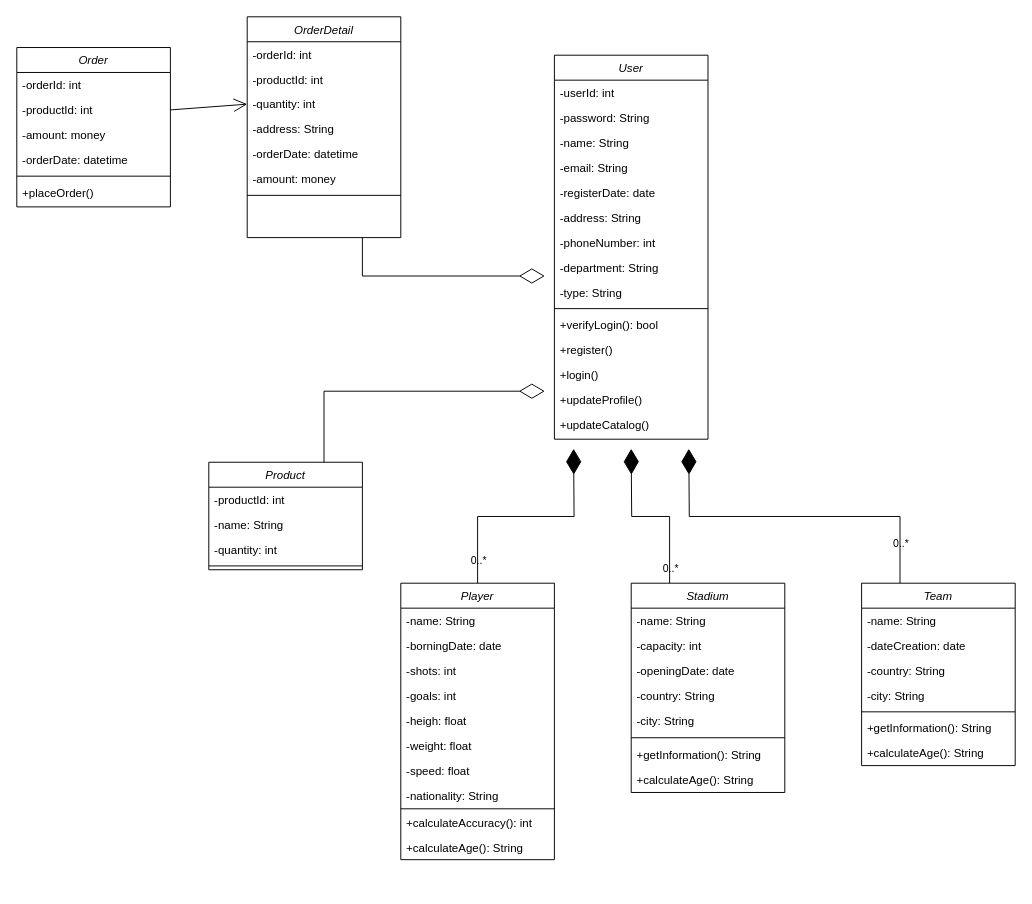
The draw.io diagram Documentation/Class Diagram.drawio in Azuara97/HockeyLeagues, before the edit. Source tidied: cells renumbered, new cells numbered last; positions are measured from the earlier drawing's top-left corner, leaving out a move shared by most shapes. Both pictures are drawn from the tidied source at 96%, with x=0, y=0 at pixel (16, 16).
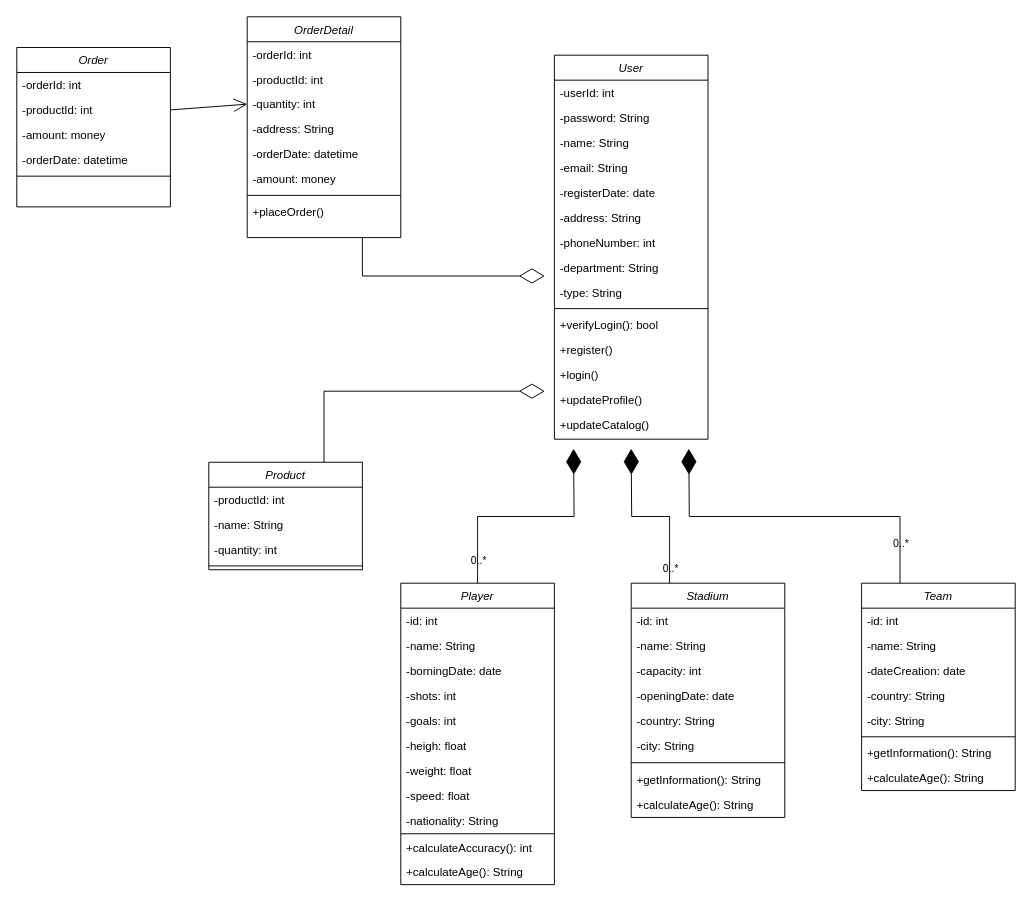
Above is the later version.

Commit message (it also covers changes not shown here):
Added tables creation and updated diagrams

Unchanged cells that the change refers to:
```xml
<mxCell id="23" value="Order" style="swimlane;fontStyle=2;align=center;verticalAlign=top;horizontal=1;startSize=26;rounded=0;shadow=0;strokeWidth=1;labelBackgroundColor=none;" parent="1" vertex="1">
  <mxGeometry y="32" width="160" height="166" as="geometry" />
</mxCell>
<mxCell id="65" value="OrderDetail" style="swimlane;fontStyle=2;align=center;verticalAlign=top;horizontal=1;startSize=26;rounded=0;shadow=0;strokeWidth=1;labelBackgroundColor=none;" parent="1" vertex="1">
  <mxGeometry x="240" width="160" height="230" as="geometry" />
</mxCell>
```

Diff of the diagram source:
```diff
@@
-    <mxCell id="29" value="+placeOrder()" style="text;align=left;verticalAlign=top;spacingLeft=4;spacingRight=4;overflow=hidden;rounded=0;shadow=0;html=0;labelBackgroundColor=none;" parent="23" vertex="1">
-      <mxGeometry y="138" width="160" height="26" as="geometry" />
-    </mxCell>
     <mxCell id="30" value="Player" style="swimlane;fontStyle=2;align=center;verticalAlign=top;horizontal=1;startSize=26;rounded=0;shadow=0;strokeWidth=1;labelBackgroundColor=none;" parent="1" vertex="1">
-      <mxGeometry x="400" y="590" width="160" height="288" as="geometry" />
+      <mxGeometry x="400" y="590" width="160" height="314" as="geometry" />
     </mxCell>
+    <mxCell id="76" value="-id: int" style="text;align=left;verticalAlign=top;spacingLeft=4;spacingRight=4;overflow=hidden;rounded=0;shadow=0;html=0;labelBackgroundColor=none;" parent="30" vertex="1">
+      <mxGeometry y="26" width="160" height="26" as="geometry" />
+    </mxCell>
     <mxCell id="31" value="-name: String" style="text;align=left;verticalAlign=top;spacingLeft=4;spacingRight=4;overflow=hidden;rounded=0;shadow=0;html=0;labelBackgroundColor=none;" parent="30" vertex="1">
-      <mxGeometry y="26" width="160" height="26" as="geometry" />
+      <mxGeometry y="52" width="160" height="26" as="geometry" />
     </mxCell>
     <mxCell id="32" value="-borningDate: date" style="text;align=left;verticalAlign=top;spacingLeft=4;spacingRight=4;overflow=hidden;rounded=0;shadow=0;html=0;labelBackgroundColor=none;" parent="30" vertex="1">
-      <mxGeometry y="52" width="160" height="26" as="geometry" />
+      <mxGeometry y="78" width="160" height="26" as="geometry" />
     </mxCell>
     <mxCell id="33" value="-shots: int" style="text;align=left;verticalAlign=top;spacingLeft=4;spacingRight=4;overflow=hidden;rounded=0;shadow=0;html=0;labelBackgroundColor=none;" parent="30" vertex="1">
-      <mxGeometry y="78" width="160" height="26" as="geometry" />
+      <mxGeometry y="104" width="160" height="26" as="geometry" />
     </mxCell>
     <mxCell id="34" value="-goals: int" style="text;align=left;verticalAlign=top;spacingLeft=4;spacingRight=4;overflow=hidden;rounded=0;shadow=0;html=0;labelBackgroundColor=none;" parent="30" vertex="1">
-      <mxGeometry y="104" width="160" height="26" as="geometry" />
+      <mxGeometry y="130" width="160" height="26" as="geometry" />
     </mxCell>
     <mxCell id="35" value="-heigh: float" style="text;align=left;verticalAlign=top;spacingLeft=4;spacingRight=4;overflow=hidden;rounded=0;shadow=0;html=0;labelBackgroundColor=none;" parent="30" vertex="1">
-      <mxGeometry y="130" width="160" height="26" as="geometry" />
+      <mxGeometry y="156" width="160" height="26" as="geometry" />
     </mxCell>
     <mxCell id="36" value="-weight: float" style="text;align=left;verticalAlign=top;spacingLeft=4;spacingRight=4;overflow=hidden;rounded=0;shadow=0;html=0;labelBackgroundColor=none;" parent="30" vertex="1">
-      <mxGeometry y="156" width="160" height="26" as="geometry" />
+      <mxGeometry y="182" width="160" height="26" as="geometry" />
     </mxCell>
     <mxCell id="37" value="-speed: float" style="text;align=left;verticalAlign=top;spacingLeft=4;spacingRight=4;overflow=hidden;rounded=0;shadow=0;html=0;labelBackgroundColor=none;" parent="30" vertex="1">
-      <mxGeometry y="182" width="160" height="26" as="geometry" />
+      <mxGeometry y="208" width="160" height="26" as="geometry" />
     </mxCell>
     <mxCell id="38" value="-nationality: String" style="text;align=left;verticalAlign=top;spacingLeft=4;spacingRight=4;overflow=hidden;rounded=0;shadow=0;html=0;labelBackgroundColor=none;" parent="30" vertex="1">
-      <mxGeometry y="208" width="160" height="26" as="geometry" />
+      <mxGeometry y="234" width="160" height="26" as="geometry" />
     </mxCell>
     <mxCell id="39" style="line;html=1;strokeWidth=1;align=left;verticalAlign=middle;spacingTop=-1;spacingLeft=3;spacingRight=3;labelPosition=right;labelBackgroundColor=none;" parent="30" vertex="1">
-      <mxGeometry y="234" width="160" height="2" as="geometry" />
+      <mxGeometry y="260" width="160" height="2" as="geometry" />
     </mxCell>
     <mxCell id="40" value="+calculateAccuracy(): int" style="text;align=left;verticalAlign=top;spacingLeft=4;spacingRight=4;overflow=hidden;rounded=0;shadow=0;html=0;labelBackgroundColor=none;" parent="30" vertex="1">
-      <mxGeometry y="236" width="160" height="26" as="geometry" />
+      <mxGeometry y="262" width="160" height="26" as="geometry" />
     </mxCell>
     <mxCell id="41" value="+calculateAge(): String" style="text;align=left;verticalAlign=top;spacingLeft=4;spacingRight=4;overflow=hidden;rounded=0;shadow=0;html=0;labelBackgroundColor=none;" parent="30" vertex="1">
-      <mxGeometry y="262" width="160" height="26" as="geometry" />
+      <mxGeometry y="288" width="160" height="26" as="geometry" />
     </mxCell>
     <mxCell id="42" value="Stadium" style="swimlane;fontStyle=2;align=center;verticalAlign=top;horizontal=1;startSize=26;rounded=0;shadow=0;strokeWidth=1;labelBackgroundColor=none;" parent="1" vertex="1">
-      <mxGeometry x="640" y="590" width="160" height="218" as="geometry" />
+      <mxGeometry x="640" y="590" width="160" height="244" as="geometry" />
     </mxCell>
+    <mxCell id="77" value="-id: int" style="text;align=left;verticalAlign=top;spacingLeft=4;spacingRight=4;overflow=hidden;rounded=0;shadow=0;html=0;labelBackgroundColor=none;" parent="42" vertex="1">
+      <mxGeometry y="26" width="160" height="26" as="geometry" />
+    </mxCell>
     <mxCell id="43" value="-name: String" style="text;align=left;verticalAlign=top;spacingLeft=4;spacingRight=4;overflow=hidden;rounded=0;shadow=0;html=0;labelBackgroundColor=none;" parent="42" vertex="1">
-      <mxGeometry y="26" width="160" height="26" as="geometry" />
+      <mxGeometry y="52" width="160" height="26" as="geometry" />
     </mxCell>
     <mxCell id="44" value="-capacity: int" style="text;align=left;verticalAlign=top;spacingLeft=4;spacingRight=4;overflow=hidden;rounded=0;shadow=0;html=0;labelBackgroundColor=none;" parent="42" vertex="1">
-      <mxGeometry y="52" width="160" height="26" as="geometry" />
+      <mxGeometry y="78" width="160" height="26" as="geometry" />
     </mxCell>
     <mxCell id="45" value="-openingDate: date" style="text;align=left;verticalAlign=top;spacingLeft=4;spacingRight=4;overflow=hidden;rounded=0;shadow=0;html=0;labelBackgroundColor=none;" parent="42" vertex="1">
-      <mxGeometry y="78" width="160" height="26" as="geometry" />
+      <mxGeometry y="104" width="160" height="26" as="geometry" />
     </mxCell>
     <mxCell id="46" value="-country: String" style="text;align=left;verticalAlign=top;spacingLeft=4;spacingRight=4;overflow=hidden;rounded=0;shadow=0;html=0;labelBackgroundColor=none;" parent="42" vertex="1">
-      <mxGeometry y="104" width="160" height="26" as="geometry" />
+      <mxGeometry y="130" width="160" height="26" as="geometry" />
     </mxCell>
     <mxCell id="47" value="-city: String" style="text;align=left;verticalAlign=top;spacingLeft=4;spacingRight=4;overflow=hidden;rounded=0;shadow=0;html=0;labelBackgroundColor=none;" parent="42" vertex="1">
-      <mxGeometry y="130" width="160" height="26" as="geometry" />
+      <mxGeometry y="156" width="160" height="26" as="geometry" />
     </mxCell>
     <mxCell id="48" style="line;html=1;strokeWidth=1;align=left;verticalAlign=middle;spacingTop=-1;spacingLeft=3;spacingRight=3;labelPosition=right;labelBackgroundColor=none;" parent="42" vertex="1">
-      <mxGeometry y="156" width="160" height="10" as="geometry" />
+      <mxGeometry y="182" width="160" height="10" as="geometry" />
     </mxCell>
     <mxCell id="49" value="+getInformation(): String" style="text;align=left;verticalAlign=top;spacingLeft=4;spacingRight=4;overflow=hidden;rounded=0;shadow=0;html=0;labelBackgroundColor=none;" parent="42" vertex="1">
-      <mxGeometry y="166" width="160" height="26" as="geometry" />
+      <mxGeometry y="192" width="160" height="26" as="geometry" />
     </mxCell>
     <mxCell id="50" value="+calculateAge(): String" style="text;align=left;verticalAlign=top;spacingLeft=4;spacingRight=4;overflow=hidden;rounded=0;shadow=0;html=0;labelBackgroundColor=none;" parent="42" vertex="1">
-      <mxGeometry y="192" width="160" height="26" as="geometry" />
+      <mxGeometry y="218" width="160" height="26" as="geometry" />
     </mxCell>
     <mxCell id="51" value="Team" style="swimlane;fontStyle=2;align=center;verticalAlign=top;horizontal=1;startSize=26;rounded=0;shadow=0;strokeWidth=1;labelBackgroundColor=none;" parent="1" vertex="1">
-      <mxGeometry x="880" y="590" width="160" height="190" as="geometry" />
+      <mxGeometry x="880" y="590" width="160" height="216" as="geometry" />
     </mxCell>
+    <mxCell id="78" value="-id: int" style="text;align=left;verticalAlign=top;spacingLeft=4;spacingRight=4;overflow=hidden;rounded=0;shadow=0;html=0;labelBackgroundColor=none;" parent="51" vertex="1">
+      <mxGeometry y="26" width="160" height="26" as="geometry" />
+    </mxCell>
     <mxCell id="52" value="-name: String" style="text;align=left;verticalAlign=top;spacingLeft=4;spacingRight=4;overflow=hidden;rounded=0;shadow=0;html=0;labelBackgroundColor=none;" parent="51" vertex="1">
-      <mxGeometry y="26" width="160" height="26" as="geometry" />
+      <mxGeometry y="52" width="160" height="26" as="geometry" />
     </mxCell>
     <mxCell id="53" value="-dateCreation: date" style="text;align=left;verticalAlign=top;spacingLeft=4;spacingRight=4;overflow=hidden;rounded=0;shadow=0;html=0;labelBackgroundColor=none;" parent="51" vertex="1">
-      <mxGeometry y="52" width="160" height="26" as="geometry" />
+      <mxGeometry y="78" width="160" height="26" as="geometry" />
     </mxCell>
     <mxCell id="54" value="-country: String" style="text;align=left;verticalAlign=top;spacingLeft=4;spacingRight=4;overflow=hidden;rounded=0;shadow=0;html=0;labelBackgroundColor=none;" parent="51" vertex="1">
-      <mxGeometry y="78" width="160" height="26" as="geometry" />
+      <mxGeometry y="104" width="160" height="26" as="geometry" />
     </mxCell>
     <mxCell id="55" value="-city: String" style="text;align=left;verticalAlign=top;spacingLeft=4;spacingRight=4;overflow=hidden;rounded=0;shadow=0;html=0;labelBackgroundColor=none;" parent="51" vertex="1">
-      <mxGeometry y="104" width="160" height="26" as="geometry" />
+      <mxGeometry y="130" width="160" height="26" as="geometry" />
     </mxCell>
     <mxCell id="56" style="line;html=1;strokeWidth=1;align=left;verticalAlign=middle;spacingTop=-1;spacingLeft=3;spacingRight=3;labelPosition=right;labelBackgroundColor=none;" parent="51" vertex="1">
-      <mxGeometry y="130" width="160" height="8" as="geometry" />
+      <mxGeometry y="156" width="160" height="8" as="geometry" />
     </mxCell>
     <mxCell id="57" value="+getInformation(): String" style="text;align=left;verticalAlign=top;spacingLeft=4;spacingRight=4;overflow=hidden;rounded=0;shadow=0;html=0;labelBackgroundColor=none;" parent="51" vertex="1">
-      <mxGeometry y="138" width="160" height="26" as="geometry" />
+      <mxGeometry y="164" width="160" height="26" as="geometry" />
     </mxCell>
     <mxCell id="58" value="+calculateAge(): String" style="text;align=left;verticalAlign=top;spacingLeft=4;spacingRight=4;overflow=hidden;rounded=0;shadow=0;html=0;labelBackgroundColor=none;" parent="51" vertex="1">
-      <mxGeometry y="164" width="160" height="26" as="geometry" />
+      <mxGeometry y="190" width="160" height="26" as="geometry" />
     </mxCell>
@@
+    <mxCell id="29" value="+placeOrder()" style="text;align=left;verticalAlign=top;spacingLeft=4;spacingRight=4;overflow=hidden;rounded=0;shadow=0;html=0;labelBackgroundColor=none;" parent="65" vertex="1">
+      <mxGeometry y="190" width="160" height="26" as="geometry" />
+    </mxCell>
```
